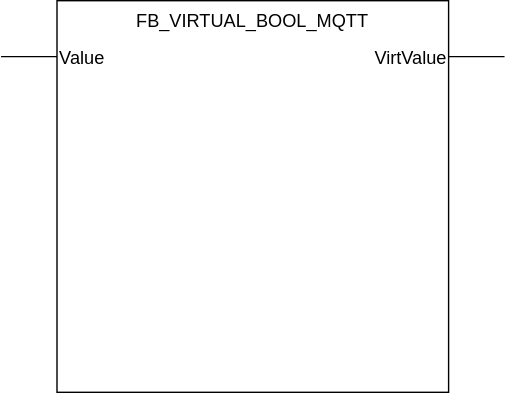
MichielVanwelsenaere/HomeAutomation.CoDeSys3 keeps this draw.io diagram as docs/_img/FB_VIRTUAL_BOOL_MQTT.svg. Above is the earlier version. Source tidied: cells renumbered, new cells last; positions are measured from the earlier drawing's top-left corner, leaving out a move shared by most shapes.
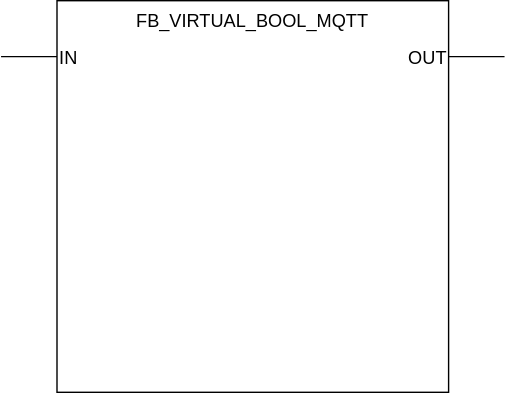
After the change.

Change to the diagram source:
```diff
@@ -17,7 +17,7 @@
         </Array>
       </mxGeometry>
     </mxCell>
-    <mxCell id="5" value="Value" style="text;html=1;strokeColor=none;fillColor=none;align=left;verticalAlign=middle;whiteSpace=wrap;rounded=0;fontSize=13;" parent="1" vertex="1">
+    <mxCell id="5" value="IN" style="text;html=1;strokeColor=none;fillColor=none;align=left;verticalAlign=middle;whiteSpace=wrap;rounded=0;fontSize=13;" parent="1" vertex="1">
       <mxGeometry x="40" y="30" width="80" height="20" as="geometry" />
     </mxCell>
     <mxCell id="6" style="endArrow=none;html=1;fontSize=13;" parent="1" edge="1">
@@ -29,7 +29,7 @@
         </Array>
       </mxGeometry>
     </mxCell>
-    <mxCell id="7" value="VirtValue" style="text;html=1;strokeColor=none;fillColor=none;align=right;verticalAlign=middle;whiteSpace=wrap;rounded=0;fontSize=13;" parent="1" vertex="1">
+    <mxCell id="7" value="OUT" style="text;html=1;strokeColor=none;fillColor=none;align=right;verticalAlign=middle;whiteSpace=wrap;rounded=0;fontSize=13;" parent="1" vertex="1">
       <mxGeometry x="240" y="30" width="80" height="20" as="geometry" />
     </mxCell>
   </root>
```
